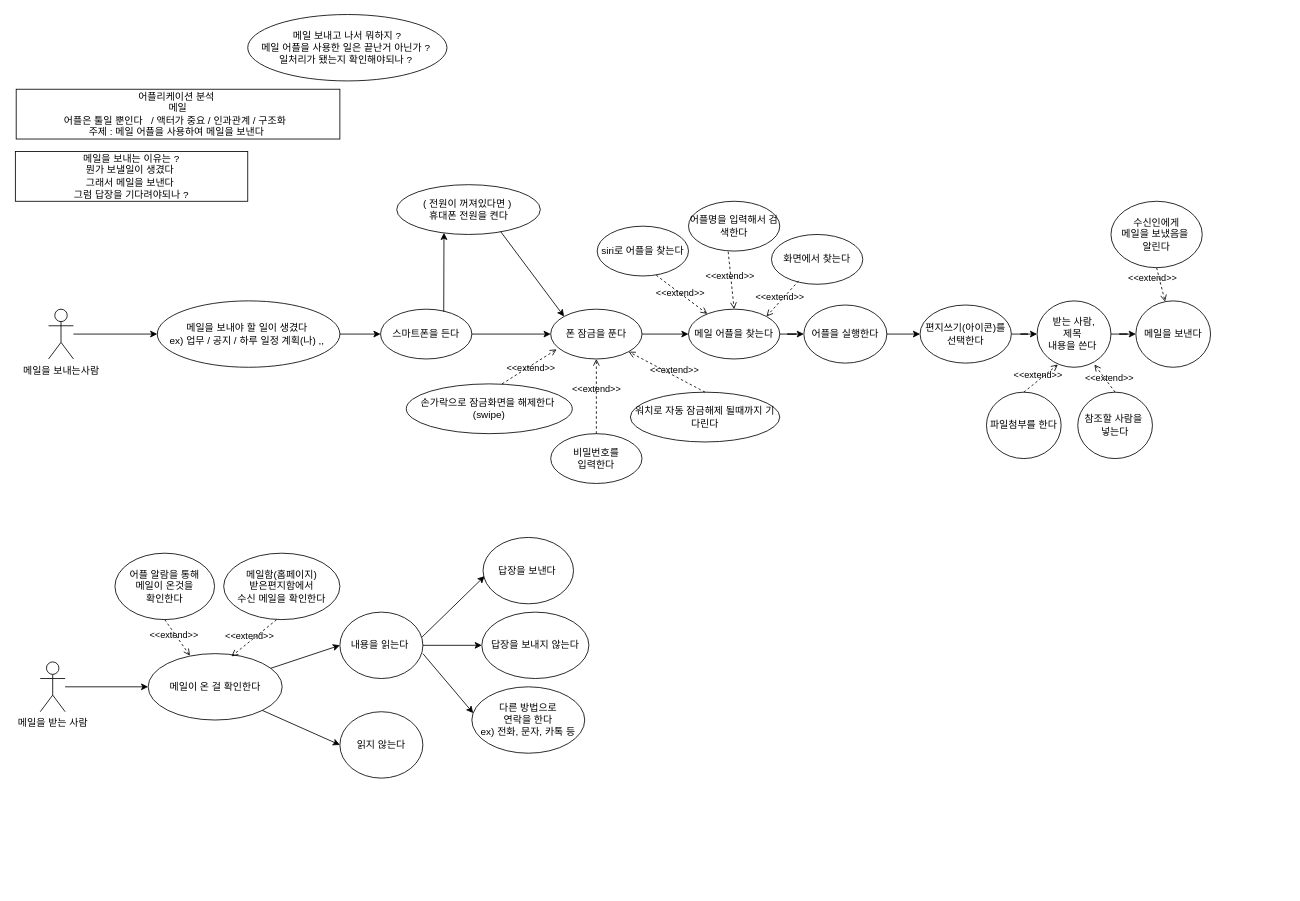
Earlier version of the draw.io diagram usecase_diagram/application analysis(0922).drawio (Jin-bright/diagram_study). Source tidied: cells renumbered, new cells numbered last; positions are measured from the earlier drawing's top-left corner, leaving out a move shared by most shapes. Both pictures are drawn from the tidied source at 83%, with x=0, y=0 at pixel (15, 14).
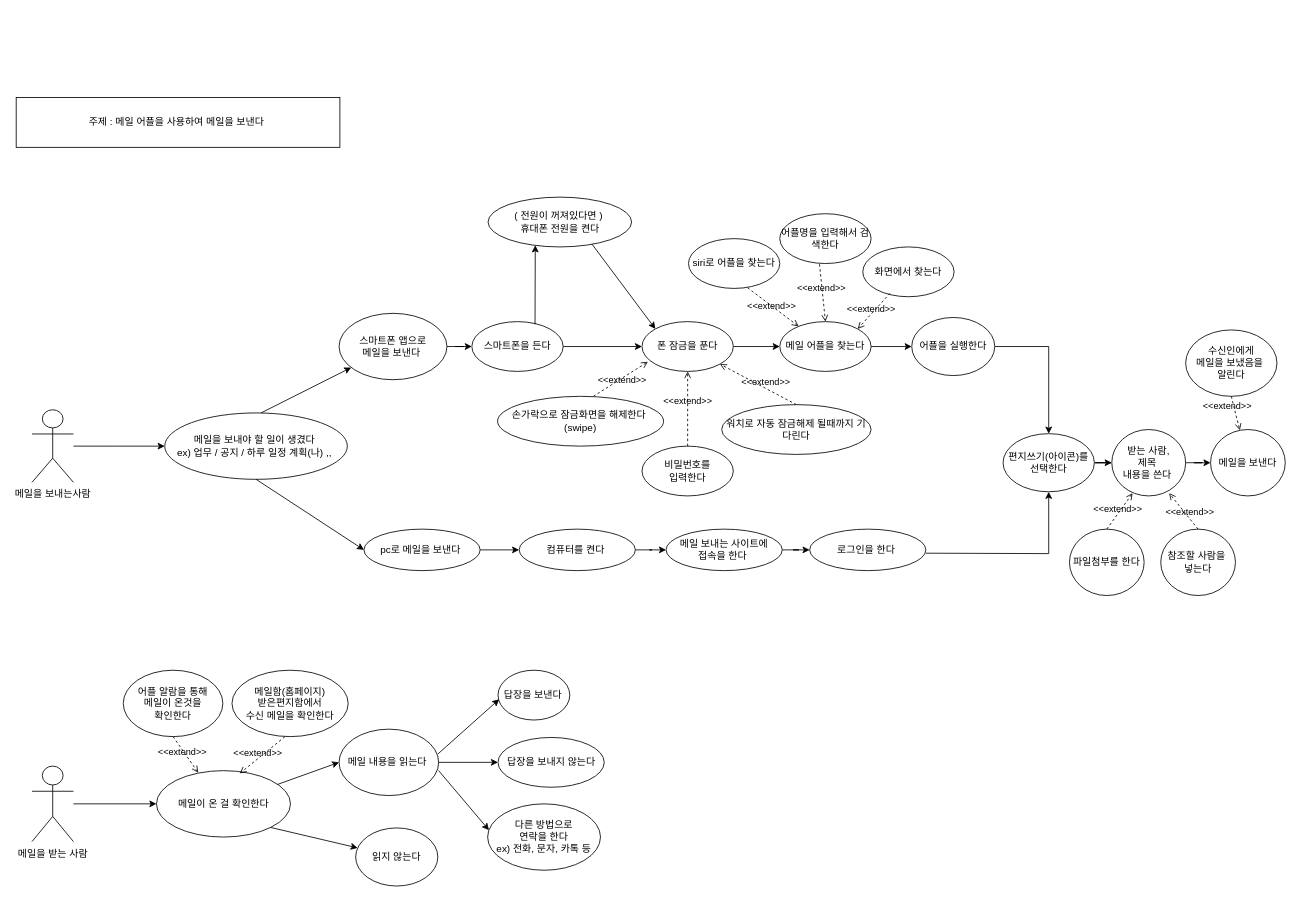
The same page after the edit.

Diff of the diagram source:
```diff
@@
-    <mxCell id="2" value="어플리케이션 분석&amp;nbsp;&lt;br&gt;메일&lt;br&gt;어플은 툴일 뿐인다&amp;nbsp; &amp;nbsp;/ 액터가 중요 / 인과관계 / 구조화&amp;nbsp;&amp;nbsp;&lt;br&gt;주제 : 메일 어플을 사용하여 메일을 보낸다&amp;nbsp;" style="rounded=0;whiteSpace=wrap;html=1;" parent="1" vertex="1">
-      <mxGeometry x="1" y="90" width="390" height="60" as="geometry" />
+    <mxCell id="2" value="주제 : 메일 어플을 사용하여 메일을 보낸다&amp;nbsp;" style="rounded=0;whiteSpace=wrap;html=1;" parent="1" vertex="1">
+      <mxGeometry x="1" y="100" width="390" height="60" as="geometry" />
     </mxCell>
@@
     <mxCell id="4" value="메일을 보내는사람" style="shape=umlActor;verticalLabelPosition=bottom;verticalAlign=top;html=1;outlineConnect=0;" parent="1" vertex="1">
-      <mxGeometry x="40" y="355" width="30" height="60" as="geometry" />
+      <mxGeometry x="20" y="476.2" width="50" height="87.5" as="geometry" />
     </mxCell>
-    <mxCell id="5" style="edgeStyle=orthogonalEdgeStyle;rounded=0;jettySize=auto;html=1;" parent="1" edge="1" source="6" target="14">
-      <mxGeometry relative="1" as="geometry" />
-    </mxCell>
     <mxCell id="6" value="메일을 보내야 할&amp;nbsp;일이 생겼다&amp;nbsp;&lt;br&gt;ex) 업무 / 공지 / 하루 일정 계획(나) ,,&amp;nbsp;&lt;br&gt;" style="ellipse;whiteSpace=wrap;html=1;" parent="1" vertex="1">
-      <mxGeometry x="171" y="345" width="220" height="80" as="geometry" />
+      <mxGeometry x="180" y="480" width="220" height="80" as="geometry" />
     </mxCell>
     <mxCell id="7" value="수신인에게&lt;br&gt;메일을 보냈음을&amp;nbsp;&lt;br&gt;알린다" style="ellipse;whiteSpace=wrap;html=1;" parent="1" vertex="1">
-      <mxGeometry x="1320" y="225" width="110" height="80" as="geometry" />
+      <mxGeometry x="1410" y="380" width="110" height="80" as="geometry" />
     </mxCell>
@@
     <mxCell id="9" value="어플을 실행한다" style="ellipse;whiteSpace=wrap;html=1;" parent="1" vertex="1">
-      <mxGeometry x="950" y="350" width="100" height="70" as="geometry" />
+      <mxGeometry x="1080" y="365" width="100" height="70" as="geometry" />
     </mxCell>
@@
     <mxCell id="11" value="받는 사람,&lt;br&gt;제목&amp;nbsp;&lt;br&gt;내용을 쓴다&amp;nbsp;" style="ellipse;whiteSpace=wrap;html=1;" parent="1" vertex="1">
-      <mxGeometry x="1231" y="345" width="89" height="80" as="geometry" />
+      <mxGeometry x="1321" y="500" width="89" height="80" as="geometry" />
     </mxCell>
     <mxCell id="12" value="메일을 보낸다" style="ellipse;whiteSpace=wrap;html=1;" parent="1" vertex="1">
-      <mxGeometry x="1350" y="345" width="90" height="80" as="geometry" />
+      <mxGeometry x="1440" y="500" width="90" height="80" as="geometry" />
     </mxCell>
-    <mxCell id="13" value="메일 보내고 나서 뭐하지 ? &lt;br&gt;메일 어플을 사용한 일은 끝난거 아닌가 ?&amp;nbsp;&lt;br&gt;일처리가 됐는지 확인해야되나 ?&amp;nbsp;" style="ellipse;whiteSpace=wrap;html=1;" parent="1" vertex="1">
-      <mxGeometry x="280" width="240" height="80" as="geometry" />
-    </mxCell>
     <mxCell id="14" value="스마트폰을 든다" style="ellipse;whiteSpace=wrap;html=1;" parent="1" vertex="1">
-      <mxGeometry x="440" y="355" width="110" height="60" as="geometry" />
+      <mxGeometry x="550" y="370" width="110" height="60" as="geometry" />
     </mxCell>
     <mxCell id="15" value="폰 잠금을 푼다" style="ellipse;whiteSpace=wrap;html=1;" parent="1" vertex="1">
-      <mxGeometry x="645" y="355" width="110" height="60" as="geometry" />
+      <mxGeometry x="755" y="370" width="110" height="60" as="geometry" />
     </mxCell>
     <mxCell id="16" value="( 전원이 꺼져있다면 )&amp;nbsp;&lt;br&gt;휴대폰 전원을 켠다" style="ellipse;whiteSpace=wrap;html=1;" parent="1" vertex="1">
-      <mxGeometry x="459.5" y="205" width="173" height="60" as="geometry" />
+      <mxGeometry x="569.5" y="220" width="173" height="60" as="geometry" />
     </mxCell>
@@
     <mxCell id="18" value="메일 어플을 찾는다" style="ellipse;whiteSpace=wrap;html=1;" parent="1" vertex="1">
-      <mxGeometry x="811" y="355" width="110" height="60" as="geometry" />
+      <mxGeometry x="921" y="370" width="110" height="60" as="geometry" />
     </mxCell>
     <mxCell id="19" value="비밀번호를 &lt;br&gt;입력한다" style="ellipse;whiteSpace=wrap;html=1;" parent="1" vertex="1">
-      <mxGeometry x="645" y="505" width="110" height="60" as="geometry" />
+      <mxGeometry x="755" y="520" width="110" height="60" as="geometry" />
     </mxCell>
     <mxCell id="20" value="워치로 자동 잠금해제 될때까지 기다린다" style="ellipse;whiteSpace=wrap;html=1;" parent="1" vertex="1">
-      <mxGeometry x="741" y="455" width="180" height="60" as="geometry" />
+      <mxGeometry x="851" y="470" width="180" height="60" as="geometry" />
     </mxCell>
     <mxCell id="21" value="화면에서 찾는다" style="ellipse;whiteSpace=wrap;html=1;" parent="1" vertex="1">
-      <mxGeometry x="911" y="265" width="110" height="60" as="geometry" />
+      <mxGeometry x="1021" y="280" width="110" height="60" as="geometry" />
     </mxCell>
     <mxCell id="22" value="어플명을 입력해서 검색한다" style="ellipse;whiteSpace=wrap;html=1;" parent="1" vertex="1">
-      <mxGeometry x="811" y="225" width="110" height="60" as="geometry" />
+      <mxGeometry x="921" y="240" width="110" height="60" as="geometry" />
     </mxCell>
@@
     <mxCell id="32" value="손가락으로 잠금화면을 해제한다&amp;nbsp;&lt;br&gt;(swipe)" style="ellipse;whiteSpace=wrap;html=1;" parent="1" vertex="1">
-      <mxGeometry x="471" y="445" width="200" height="60" as="geometry" />
+      <mxGeometry x="581" y="460" width="200" height="60" as="geometry" />
     </mxCell>
     <mxCell id="33" value="siri로 어플을 찾는다" style="ellipse;whiteSpace=wrap;html=1;" parent="1" vertex="1">
-      <mxGeometry x="701" y="255" width="110" height="60" as="geometry" />
+      <mxGeometry x="811" y="270" width="110" height="60" as="geometry" />
     </mxCell>
@@
-    <mxCell id="35" value="메일을 보내는 이유는 ?&lt;br&gt;뭔가 보낼일이 생겼다&amp;nbsp;&lt;br&gt;그래서 메일을 보낸다&amp;nbsp;&lt;br&gt;그럼 답장을 기다려야되나 ?&lt;br&gt;" style="rounded=0;whiteSpace=wrap;html=1;" parent="1" vertex="1">
-      <mxGeometry y="165" width="280" height="60" as="geometry" />
-    </mxCell>
@@
     <mxCell id="37" value="편지쓰기(아이콘)를 &lt;br&gt;선택한다" style="ellipse;whiteSpace=wrap;html=1;" parent="1" vertex="1">
-      <mxGeometry x="1090" y="350" width="110" height="70" as="geometry" />
+      <mxGeometry x="1190" y="505" width="110" height="70" as="geometry" />
     </mxCell>
     <mxCell id="38" value="파일첨부를 한다" style="ellipse;whiteSpace=wrap;html=1;" parent="1" vertex="1">
-      <mxGeometry x="1170" y="455" width="90" height="80" as="geometry" />
+      <mxGeometry x="1270" y="620" width="90" height="80" as="geometry" />
     </mxCell>
     <mxCell id="39" value="참조할 사람을&amp;nbsp;&lt;br&gt;넣는다" style="ellipse;whiteSpace=wrap;html=1;" parent="1" vertex="1">
-      <mxGeometry x="1280" y="455" width="90" height="80" as="geometry" />
+      <mxGeometry x="1380" y="620" width="90" height="80" as="geometry" />
     </mxCell>
@@
     <mxCell id="43" value="메일을 받는 사람" style="shape=umlActor;verticalLabelPosition=bottom;verticalAlign=top;html=1;outlineConnect=0;" parent="1" vertex="1">
-      <mxGeometry x="30" y="780" width="30" height="60" as="geometry" />
+      <mxGeometry x="20" y="905.5" width="50" height="91" as="geometry" />
     </mxCell>
     <mxCell id="44" value="메일이 온 걸 확인한다" style="ellipse;whiteSpace=wrap;html=1;" parent="1" vertex="1">
-      <mxGeometry x="160" y="770" width="161.5" height="80" as="geometry" />
+      <mxGeometry x="170" y="911" width="161.5" height="80" as="geometry" />
     </mxCell>
     <mxCell id="45" value="답장을 보낸다&amp;nbsp;" style="ellipse;whiteSpace=wrap;html=1;" parent="1" vertex="1">
-      <mxGeometry x="563.5" y="630" width="109" height="80" as="geometry" />
+      <mxGeometry x="581.5" y="790" width="86.5" height="60" as="geometry" />
     </mxCell>
@@
-    <mxCell id="47" value="내용을 읽는다&amp;nbsp;" style="ellipse;whiteSpace=wrap;html=1;" parent="1" vertex="1">
-      <mxGeometry x="391" y="720" width="100" height="80" as="geometry" />
+    <mxCell id="47" value="메일 내용을 읽는다&amp;nbsp;" style="ellipse;whiteSpace=wrap;html=1;" parent="1" vertex="1">
+      <mxGeometry x="390" y="861" width="120" height="80" as="geometry" />
     </mxCell>
     <mxCell id="48" value="읽지 않는다" style="ellipse;whiteSpace=wrap;html=1;" parent="1" vertex="1">
-      <mxGeometry x="391" y="840" width="100" height="80" as="geometry" />
+      <mxGeometry x="410" y="980" width="99" height="70" as="geometry" />
     </mxCell>
     <mxCell id="49" value="답장을 보내지 않는다" style="ellipse;whiteSpace=wrap;html=1;" parent="1" vertex="1">
-      <mxGeometry x="562" y="720" width="129" height="80" as="geometry" />
+      <mxGeometry x="581.5" y="871" width="128" height="60" as="geometry" />
     </mxCell>
     <mxCell id="50" value="어플 알람을 통해&lt;br&gt;메일이 온것을&lt;br&gt;확인한다" style="ellipse;whiteSpace=wrap;html=1;" parent="1" vertex="1">
-      <mxGeometry x="120" y="649" width="120" height="80" as="geometry" />
+      <mxGeometry x="130" y="790" width="120" height="80" as="geometry" />
     </mxCell>
     <mxCell id="51" value="메일함(홈페이지)&lt;br&gt;받은편지함에서&lt;br&gt;수신 메일을 확인한다" style="ellipse;whiteSpace=wrap;html=1;" parent="1" vertex="1">
-      <mxGeometry x="251" y="649" width="140" height="80" as="geometry" />
+      <mxGeometry x="261" y="790" width="140" height="80" as="geometry" />
     </mxCell>
     <mxCell id="52" value="다른 방법으로 &lt;br&gt;연락을 한다&lt;br&gt;ex) 전화, 문자, 카톡 등" style="ellipse;whiteSpace=wrap;html=1;" parent="1" vertex="1">
-      <mxGeometry x="550" y="810" width="136" height="80" as="geometry" />
+      <mxGeometry x="569" y="951" width="136" height="80" as="geometry" />
     </mxCell>
@@
-    <mxCell id="54" style="endArrow=classic;html=1;rounded=0;entryX=0;entryY=0.5;entryDx=0;entryDy=0;exitX=1;exitY=1;exitDx=0;exitDy=0;" parent="1" edge="1" source="44" target="48">
+    <mxCell id="54" style="endArrow=classic;html=1;rounded=0;exitX=1;exitY=1;exitDx=0;exitDy=0;" parent="1" edge="1" source="44" target="48">
       <mxGeometry relative="1" as="geometry" />
     </mxCell>
     <mxCell id="55" style="endArrow=classic;html=1;rounded=0;entryX=0.017;entryY=0.583;entryDx=0;entryDy=0;entryPerimeter=0;" parent="1" edge="1" target="45">
       <mxGeometry relative="1" as="geometry">
-        <mxPoint x="490" y="750" as="sourcePoint" />
+        <mxPoint x="509" y="891" as="sourcePoint" />
       </mxGeometry>
     </mxCell>
     <mxCell id="56" style="endArrow=classic;html=1;rounded=0;entryX=0.012;entryY=0.396;entryDx=0;entryDy=0;entryPerimeter=0;" parent="1" edge="1" target="52">
       <mxGeometry relative="1" as="geometry">
-        <mxPoint x="491" y="770" as="sourcePoint" />
+        <mxPoint x="510" y="911" as="sourcePoint" />
       </mxGeometry>
     </mxCell>
@@
+    <mxCell id="60" style="edgeStyle=orthogonalEdgeStyle;rounded=0;jettySize=auto;html=1;" parent="1" edge="1" source="61" target="65">
+      <mxGeometry relative="1" as="geometry" />
+    </mxCell>
+    <mxCell id="61" value="pc로 메일을 보낸다&amp;nbsp;" style="ellipse;whiteSpace=wrap;html=1;" parent="1" vertex="1">
+      <mxGeometry x="420" y="620" width="140" height="50" as="geometry" />
+    </mxCell>
+    <mxCell id="62" style="edgeStyle=orthogonalEdgeStyle;rounded=0;jettySize=auto;html=1;" parent="1" edge="1" source="63" target="14">
+      <mxGeometry relative="1" as="geometry" />
+    </mxCell>
+    <mxCell id="63" value="스마트폰 앱으로 &lt;br&gt;메일을 보낸다&amp;nbsp;" style="ellipse;whiteSpace=wrap;html=1;" parent="1" vertex="1">
+      <mxGeometry x="390" y="360" width="130" height="80" as="geometry" />
+    </mxCell>
+    <mxCell id="64" style="edgeStyle=orthogonalEdgeStyle;rounded=0;jettySize=auto;html=1;" parent="1" edge="1" source="65" target="67">
+      <mxGeometry relative="1" as="geometry" />
+    </mxCell>
+    <mxCell id="65" value="컴퓨터를 켠다&amp;nbsp;" style="ellipse;whiteSpace=wrap;html=1;" parent="1" vertex="1">
+      <mxGeometry x="607" y="620" width="140" height="50" as="geometry" />
+    </mxCell>
+    <mxCell id="66" style="edgeStyle=orthogonalEdgeStyle;rounded=0;jettySize=auto;html=1;" parent="1" edge="1" source="67" target="68">
+      <mxGeometry relative="1" as="geometry" />
+    </mxCell>
+    <mxCell id="67" value="메일 보내는 사이트에&lt;br&gt;접속을 한다&amp;nbsp;" style="ellipse;whiteSpace=wrap;html=1;" parent="1" vertex="1">
+      <mxGeometry x="784" y="620" width="140" height="50" as="geometry" />
+    </mxCell>
+    <mxCell id="68" value="로그인을 한다&amp;nbsp;" style="ellipse;whiteSpace=wrap;html=1;" parent="1" vertex="1">
+      <mxGeometry x="957" y="620" width="140" height="50" as="geometry" />
+    </mxCell>
+    <mxCell id="69" style="endArrow=classic;html=1;rounded=0;" parent="1" edge="1" target="63">
+      <mxGeometry relative="1" as="geometry">
+        <mxPoint x="296" y="480" as="sourcePoint" />
+      </mxGeometry>
+    </mxCell>
+    <mxCell id="70" style="endArrow=classic;html=1;rounded=0;entryX=0;entryY=0.5;entryDx=0;entryDy=0;exitX=0.5;exitY=1;exitDx=0;exitDy=0;" parent="1" edge="1" source="6" target="61">
+      <mxGeometry relative="1" as="geometry" />
+    </mxCell>
+    <mxCell id="71" style="edgeStyle=orthogonalEdgeStyle;rounded=0;jettySize=auto;html=1;entryX=0.5;entryY=1;entryDx=0;entryDy=0;" parent="1" edge="1" target="37">
+      <mxGeometry relative="1" as="geometry">
+        <mxPoint x="1097" y="649" as="sourcePoint" />
+      </mxGeometry>
+    </mxCell>
```
